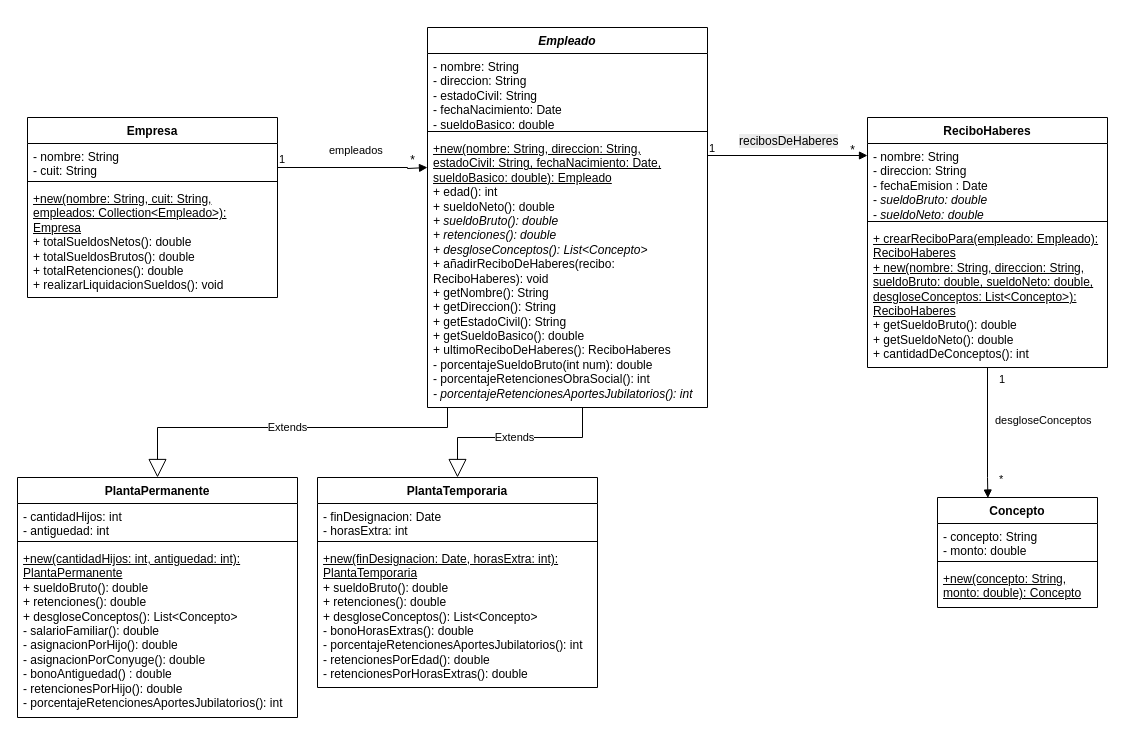
The draw.io diagram tp2/diagrama1.drawio in franngo/programacionConObjetos2, before the edit. Source tidied: cells renumbered, new cells numbered last; positions are measured from the earlier drawing's top-left corner, leaving out a move shared by most shapes. Both pictures are drawn from the tidied source at 100%, with x=0, y=0 at pixel (17, 27).
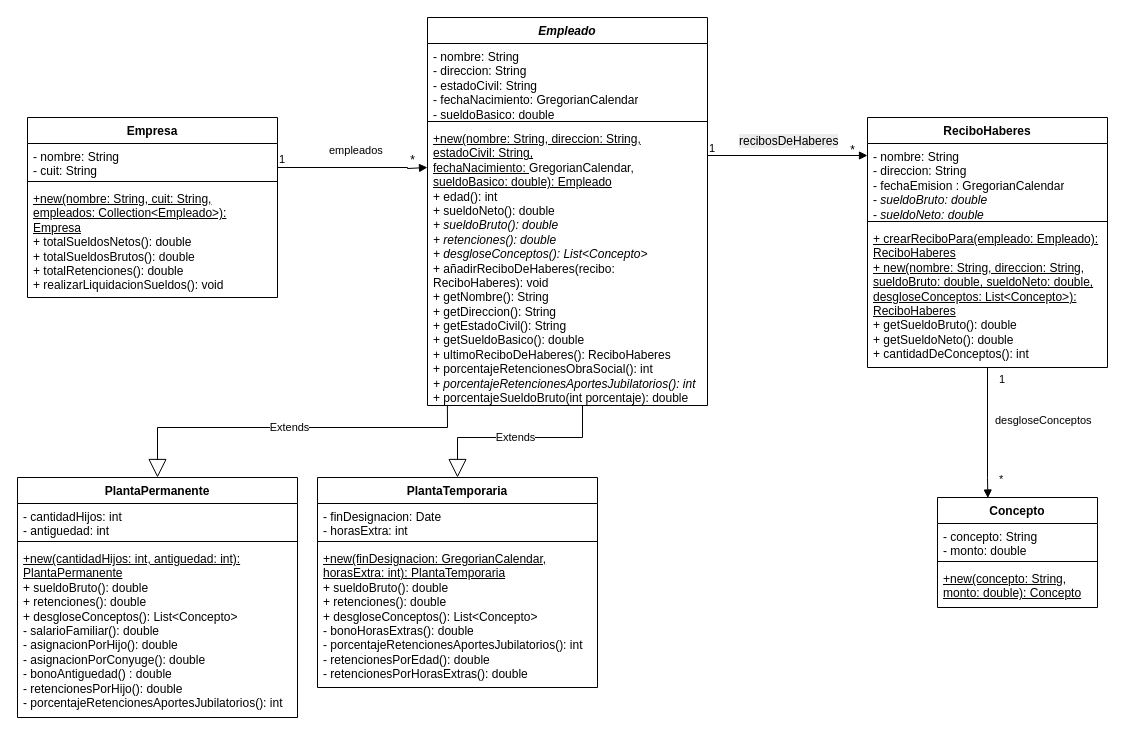
After the change.

The change refers to these unchanged cells:
```xml
<mxCell id="13" value="PlantaPermanente" style="swimlane;fontStyle=1;align=center;verticalAlign=top;horizontal=1;startSize=26;whiteSpace=wrap;html=1;" parent="1" vertex="1">
  <mxGeometry y="450" width="280" height="240" as="geometry" />
</mxCell>
<mxCell id="19" value="PlantaTemporaria" style="swimlane;fontStyle=1;align=center;verticalAlign=top;horizontal=1;startSize=26;whiteSpace=wrap;html=1;" parent="1" vertex="1">
  <mxGeometry x="300" y="450" width="280" height="210" as="geometry" />
</mxCell>
<mxCell id="23" value="ReciboHaberes" style="swimlane;fontStyle=1;align=center;verticalAlign=top;horizontal=1;startSize=26;whiteSpace=wrap;html=1;" parent="1" vertex="1">
  <mxGeometry x="850" y="90" width="240" height="250" as="geometry" />
</mxCell>
```

Diff of the diagram source:
```diff
@@
     <mxCell id="6" value="&lt;i&gt;Empleado&lt;/i&gt;" style="swimlane;fontStyle=1;align=center;verticalAlign=top;horizontal=1;startSize=26;whiteSpace=wrap;html=1;" parent="1" vertex="1">
-      <mxGeometry x="410" width="280" height="380" as="geometry" />
+      <mxGeometry x="410" y="-10" width="280" height="388" as="geometry" />
     </mxCell>
-    <mxCell id="7" value="- nombre: String&lt;div&gt;- direccion: String&lt;/div&gt;&lt;div&gt;- estadoCivil: String&lt;/div&gt;&lt;div&gt;- fechaNacimiento: Date&lt;br&gt;- sueldoBasico: double&lt;br&gt;&lt;/div&gt;" style="text;strokeColor=none;fillColor=none;align=left;verticalAlign=top;spacingLeft=4;spacingRight=4;overflow=hidden;whiteSpace=wrap;html=1;" parent="6" vertex="1">
+    <mxCell id="7" value="- nombre: String&lt;div&gt;- direccion: String&lt;/div&gt;&lt;div&gt;- estadoCivil: String&lt;/div&gt;&lt;div&gt;- fechaNacimiento: GregorianCalendar&lt;br&gt;- sueldoBasico: double&lt;br&gt;&lt;/div&gt;" style="text;strokeColor=none;fillColor=none;align=left;verticalAlign=top;spacingLeft=4;spacingRight=4;overflow=hidden;whiteSpace=wrap;html=1;" parent="6" vertex="1">
       <mxGeometry y="26" width="280" height="74" as="geometry" />
     </mxCell>
@@
-    <mxCell id="9" value="&lt;u&gt;+new(nombre: String, direccion: String, estadoCivil: String, fechaNacimiento: Date, sueldoBasico: double): Empleado&lt;/u&gt;&lt;br&gt;+ edad(): int&lt;br&gt;+ sueldoNeto()&lt;span style=&quot;color: light-dark(rgb(0, 0, 0), rgb(255, 255, 255)); background-color: transparent;&quot;&gt;: double&lt;/span&gt;&lt;br&gt;&lt;div&gt;&lt;i&gt;+ sueldoBruto(): double&lt;br&gt;+ retenciones()&lt;span style=&quot;background-color: transparent; color: light-dark(rgb(0, 0, 0), rgb(255, 255, 255));&quot;&gt;: double&lt;/span&gt;&lt;/i&gt;&lt;/div&gt;&lt;div&gt;&lt;span style=&quot;background-color: transparent; color: light-dark(rgb(0, 0, 0), rgb(255, 255, 255));&quot;&gt;&lt;i&gt;+ desgloseConceptos(): List&amp;lt;Concepto&amp;gt;&lt;br&gt;&lt;/i&gt;&lt;/span&gt;+ añadirReciboDeHaberes(recibo: ReciboHaberes): void&lt;br&gt;+ getNombre(): String&lt;/div&gt;&lt;div&gt;+ getDireccion(): String&lt;/div&gt;&lt;div&gt;+ getEstadoCivil(): String&lt;br&gt;+ getSueldoBasico(): double&lt;/div&gt;&lt;div&gt;+ ultimoReciboDeHaberes(): ReciboHaberes&lt;/div&gt;&lt;div&gt;&lt;span style=&quot;background-color: transparent; color: light-dark(rgb(0, 0, 0), rgb(255, 255, 255));&quot;&gt;- porcentajeSueldoBruto(int num): double&lt;br&gt;&lt;/span&gt;- porcentajeRetencionesObraSocial(): int&lt;br&gt;&lt;i&gt;- porcentajeRetencionesAportesJubilatorios(): int&lt;br&gt;&lt;br&gt;&lt;/i&gt;&lt;/div&gt;" style="text;strokeColor=none;fillColor=none;align=left;verticalAlign=top;spacingLeft=4;spacingRight=4;overflow=hidden;points=[[0,0.5],[1,0.5]];portConstraint=eastwest;whiteSpace=wrap;html=1;" parent="6" vertex="1">
-      <mxGeometry y="108" width="280" height="272" as="geometry" />
+    <mxCell id="9" value="&lt;u&gt;+new(nombre: String, direccion: String, estadoCivil: String, fechaNacimiento:&amp;nbsp;&lt;/u&gt;GregorianCalendar&lt;u&gt;, sueldoBasico: double): Empleado&lt;/u&gt;&lt;br&gt;+ edad(): int&lt;br&gt;+ sueldoNeto()&lt;span style=&quot;color: light-dark(rgb(0, 0, 0), rgb(255, 255, 255)); background-color: transparent;&quot;&gt;: double&lt;/span&gt;&lt;br&gt;&lt;div&gt;&lt;i&gt;+ sueldoBruto(): double&lt;br&gt;+ retenciones()&lt;span style=&quot;background-color: transparent; color: light-dark(rgb(0, 0, 0), rgb(255, 255, 255));&quot;&gt;: double&lt;/span&gt;&lt;/i&gt;&lt;/div&gt;&lt;div&gt;&lt;span style=&quot;background-color: transparent; color: light-dark(rgb(0, 0, 0), rgb(255, 255, 255));&quot;&gt;&lt;i&gt;+ desgloseConceptos(): List&amp;lt;Concepto&amp;gt;&lt;br&gt;&lt;/i&gt;&lt;/span&gt;+ añadirReciboDeHaberes(recibo: ReciboHaberes): void&lt;br&gt;+ getNombre(): String&lt;/div&gt;&lt;div&gt;+ getDireccion(): String&lt;/div&gt;&lt;div&gt;+ getEstadoCivil(): String&lt;br&gt;+ getSueldoBasico(): double&lt;/div&gt;&lt;div&gt;+ ultimoReciboDeHaberes(): ReciboHaberes&lt;/div&gt;&lt;div&gt;+ porcentajeRetencionesObraSocial(): int&lt;br&gt;&lt;i&gt;+ porcentajeRetencionesAportesJubilatorios(): int&lt;br&gt;&lt;/i&gt;+ porcentajeSueldoBruto(int porcentaje): double&lt;i&gt;&lt;/i&gt;&lt;/div&gt;" style="text;strokeColor=none;fillColor=none;align=left;verticalAlign=top;spacingLeft=4;spacingRight=4;overflow=hidden;points=[[0,0.5],[1,0.5]];portConstraint=eastwest;whiteSpace=wrap;html=1;" parent="6" vertex="1">
+      <mxGeometry y="108" width="280" height="280" as="geometry" />
     </mxCell>
@@
     <mxCell id="17" value="Extends" style="endArrow=block;endSize=16;endFill=0;html=1;rounded=0;entryX=0.5;entryY=0;entryDx=0;entryDy=0;" parent="1" edge="1" target="19">
       <mxGeometry relative="1" as="geometry">
-        <mxPoint x="565" y="380" as="sourcePoint" />
+        <mxPoint x="565" y="378" as="sourcePoint" />
         <Array as="points">
           <mxPoint x="565" y="410" />
           <mxPoint x="440" y="410" />
         </Array>
       </mxGeometry>
     </mxCell>
-    <mxCell id="18" value="Extends" style="endArrow=block;endSize=16;endFill=0;html=1;rounded=0;entryX=0.5;entryY=0;entryDx=0;entryDy=0;" parent="1" edge="1" target="13">
+    <mxCell id="18" value="Extends" style="endArrow=block;endSize=16;endFill=0;html=1;rounded=0;entryX=0.5;entryY=0;entryDx=0;entryDy=0;exitX=0.071;exitY=0.998;exitDx=0;exitDy=0;exitPerimeter=0;" parent="1" edge="1" source="9" target="13">
       <mxGeometry relative="1" as="geometry">
-        <mxPoint x="430" y="380" as="sourcePoint" />
         <Array as="points">
           <mxPoint x="430" y="400" />
           <mxPoint x="140" y="400" />
         </Array>
       </mxGeometry>
     </mxCell>
@@
-    <mxCell id="22" value="&lt;div&gt;&lt;u&gt;+new(finDesignacion: Date, horasExtra: int): PlantaTemporaria&lt;/u&gt;&lt;br&gt;&lt;/div&gt;+ sueldoBruto(): double&lt;br&gt;+ retenciones()&lt;span style=&quot;color: light-dark(rgb(0, 0, 0), rgb(255, 255, 255)); background-color: transparent;&quot;&gt;: double&lt;br&gt;&lt;/span&gt;+ desgloseConceptos(): List&amp;lt;Concepto&amp;gt;&lt;span style=&quot;color: light-dark(rgb(0, 0, 0), rgb(255, 255, 255)); background-color: transparent;&quot;&gt;&lt;br&gt;- bonoHorasExtras(): double&lt;br&gt;&lt;/span&gt;- porcentajeRetencionesAportesJubilatorios(): int&lt;span style=&quot;color: light-dark(rgb(0, 0, 0), rgb(255, 255, 255)); background-color: transparent;&quot;&gt;&amp;nbsp;&lt;br&gt;- retencionesPorEdad(): double&lt;br&gt;&lt;/span&gt;- retencionesPorHorasExtras(): double&lt;span style=&quot;color: light-dark(rgb(0, 0, 0), rgb(255, 255, 255)); background-color: transparent;&quot;&gt;&lt;/span&gt;" style="text;strokeColor=none;fillColor=none;align=left;verticalAlign=top;spacingLeft=4;spacingRight=4;overflow=hidden;whiteSpace=wrap;html=1;" parent="19" vertex="1">
+    <mxCell id="22" value="&lt;div&gt;&lt;u&gt;+new(finDesignacion:&amp;nbsp;GregorianCalendar, horasExtra: int): PlantaTemporaria&lt;/u&gt;&lt;br&gt;&lt;/div&gt;+ sueldoBruto(): double&lt;br&gt;+ retenciones()&lt;span style=&quot;color: light-dark(rgb(0, 0, 0), rgb(255, 255, 255)); background-color: transparent;&quot;&gt;: double&lt;br&gt;&lt;/span&gt;+ desgloseConceptos(): List&amp;lt;Concepto&amp;gt;&lt;span style=&quot;color: light-dark(rgb(0, 0, 0), rgb(255, 255, 255)); background-color: transparent;&quot;&gt;&lt;br&gt;- bonoHorasExtras(): double&lt;br&gt;&lt;/span&gt;- porcentajeRetencionesAportesJubilatorios(): int&lt;span style=&quot;color: light-dark(rgb(0, 0, 0), rgb(255, 255, 255)); background-color: transparent;&quot;&gt;&amp;nbsp;&lt;br&gt;- retencionesPorEdad(): double&lt;br&gt;&lt;/span&gt;- retencionesPorHorasExtras(): double&lt;span style=&quot;color: light-dark(rgb(0, 0, 0), rgb(255, 255, 255)); background-color: transparent;&quot;&gt;&lt;/span&gt;" style="text;strokeColor=none;fillColor=none;align=left;verticalAlign=top;spacingLeft=4;spacingRight=4;overflow=hidden;whiteSpace=wrap;html=1;" parent="19" vertex="1">
       <mxGeometry y="68" width="280" height="142" as="geometry" />
     </mxCell>
@@
-    <mxCell id="24" value="- nombre: String&lt;div&gt;- direccion: String&lt;/div&gt;&lt;div&gt;- fechaEmision : Date&lt;br&gt;-&lt;i style=&quot;background-color: transparent; color: light-dark(rgb(0, 0, 0), rgb(255, 255, 255));&quot;&gt;&amp;nbsp;sueldoBruto: double&lt;br&gt;&lt;/i&gt;-&lt;i style=&quot;color: light-dark(rgb(0, 0, 0), rgb(255, 255, 255)); background-color: transparent;&quot;&gt;&amp;nbsp;sueldoNeto: double&lt;/i&gt;&lt;/div&gt;" style="text;strokeColor=none;fillColor=none;align=left;verticalAlign=top;spacingLeft=4;spacingRight=4;overflow=hidden;points=[[0,0.5],[1,0.5]];portConstraint=eastwest;whiteSpace=wrap;html=1;" parent="23" vertex="1">
+    <mxCell id="24" value="- nombre: String&lt;div&gt;- direccion: String&lt;/div&gt;&lt;div&gt;- fechaEmision : GregorianCalendar&lt;br&gt;-&lt;i style=&quot;background-color: transparent; color: light-dark(rgb(0, 0, 0), rgb(255, 255, 255));&quot;&gt;&amp;nbsp;sueldoBruto: double&lt;br&gt;&lt;/i&gt;-&lt;i style=&quot;color: light-dark(rgb(0, 0, 0), rgb(255, 255, 255)); background-color: transparent;&quot;&gt;&amp;nbsp;sueldoNeto: double&lt;/i&gt;&lt;/div&gt;" style="text;strokeColor=none;fillColor=none;align=left;verticalAlign=top;spacingLeft=4;spacingRight=4;overflow=hidden;points=[[0,0.5],[1,0.5]];portConstraint=eastwest;whiteSpace=wrap;html=1;" parent="23" vertex="1">
       <mxGeometry y="26" width="240" height="74" as="geometry" />
     </mxCell>
```
